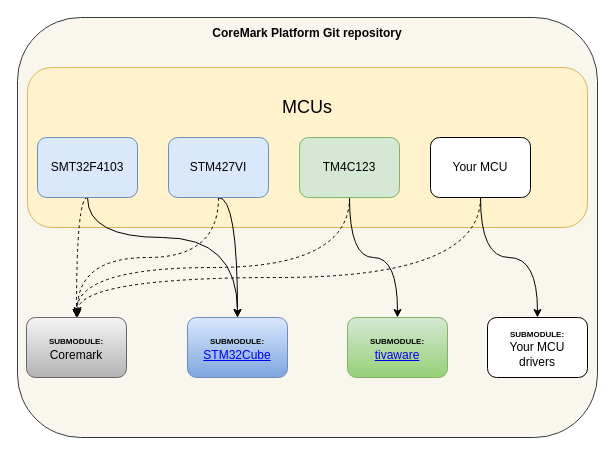
hacklabos/CoremarkPlatform keeps this draw.io diagram as Documentation/coremark_platforms_submodules_diagram.drawio. Above is the earlier version. Source tidied: cells renumbered, new cells numbered last; positions are measured from the earlier drawing's top-left corner, leaving out a move shared by most shapes. Both pictures are drawn from the tidied source at 100%, with x=0, y=0 at pixel (17, 17).
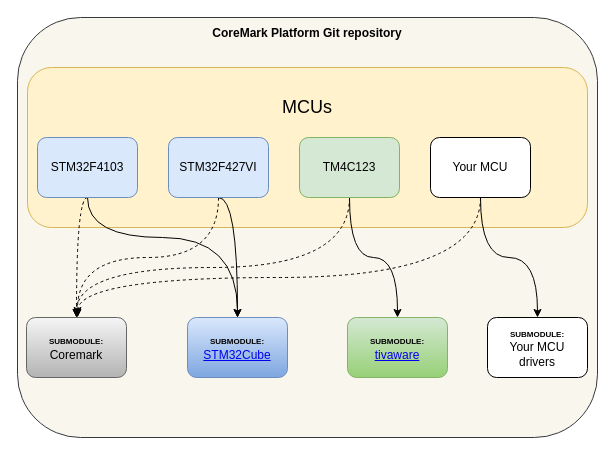
Above is the later version.

Diff of the diagram source:
```diff
@@
-    <mxCell id="6" value="SMT32F4103" style="rounded=1;whiteSpace=wrap;html=1;fillColor=#dae8fc;strokeColor=#6c8ebf;" parent="1" vertex="1">
+    <mxCell id="6" value="STM32F4103" style="rounded=1;whiteSpace=wrap;html=1;fillColor=#dae8fc;strokeColor=#6c8ebf;" parent="1" vertex="1">
       <mxGeometry x="20" y="120" width="100" height="60" as="geometry" />
     </mxCell>
@@
-    <mxCell id="9" value="STM427VI" style="rounded=1;whiteSpace=wrap;html=1;fillColor=#dae8fc;strokeColor=#6c8ebf;" parent="1" vertex="1">
+    <mxCell id="9" value="STM32F427VI" style="rounded=1;whiteSpace=wrap;html=1;fillColor=#dae8fc;strokeColor=#6c8ebf;" parent="1" vertex="1">
       <mxGeometry x="151" y="120" width="100" height="60" as="geometry" />
     </mxCell>
```
